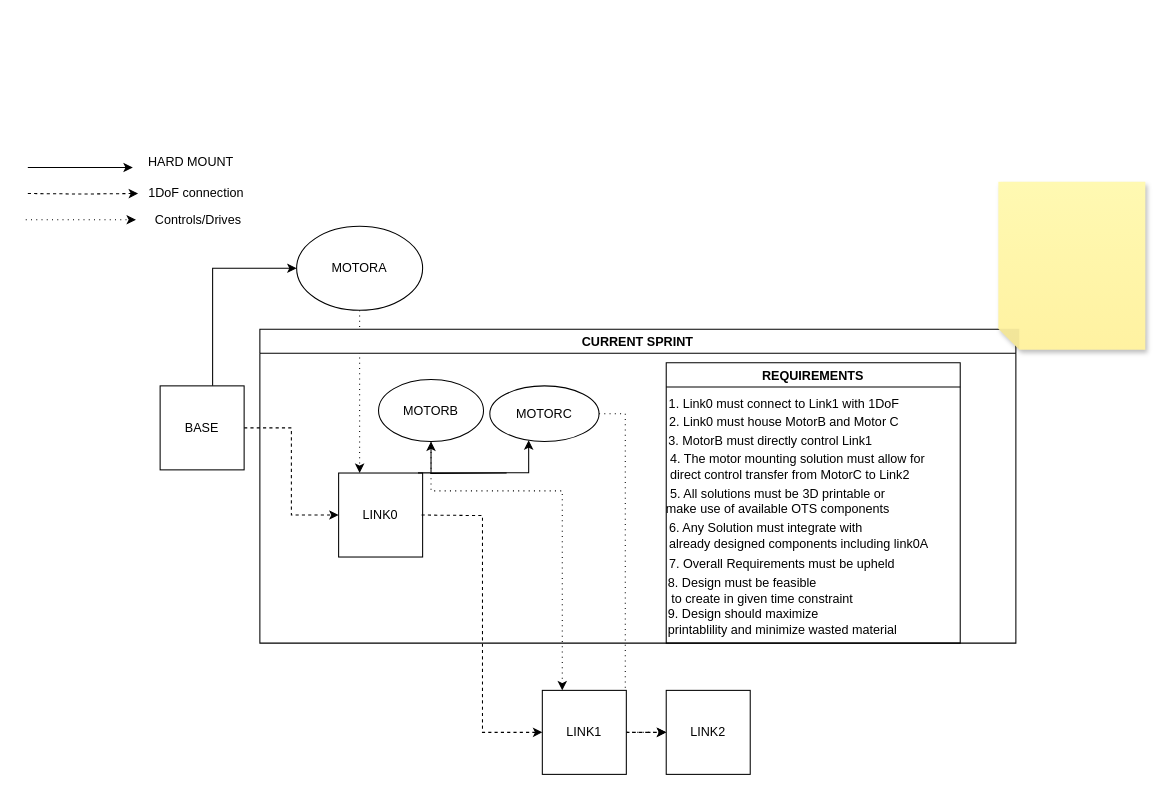
Earlier version of the draw.io diagram project_files/DIAGRAMS/Mechanical_Control.drawio (ebertmx/SCRAPPY-MK1). Source tidied: cells renumbered, new cells numbered last; positions are measured from the earlier drawing's top-left corner, leaving out a move shared by most shapes. Both pictures are drawn from the tidied source at 105%, with x=0, y=0 at pixel (25, 146).
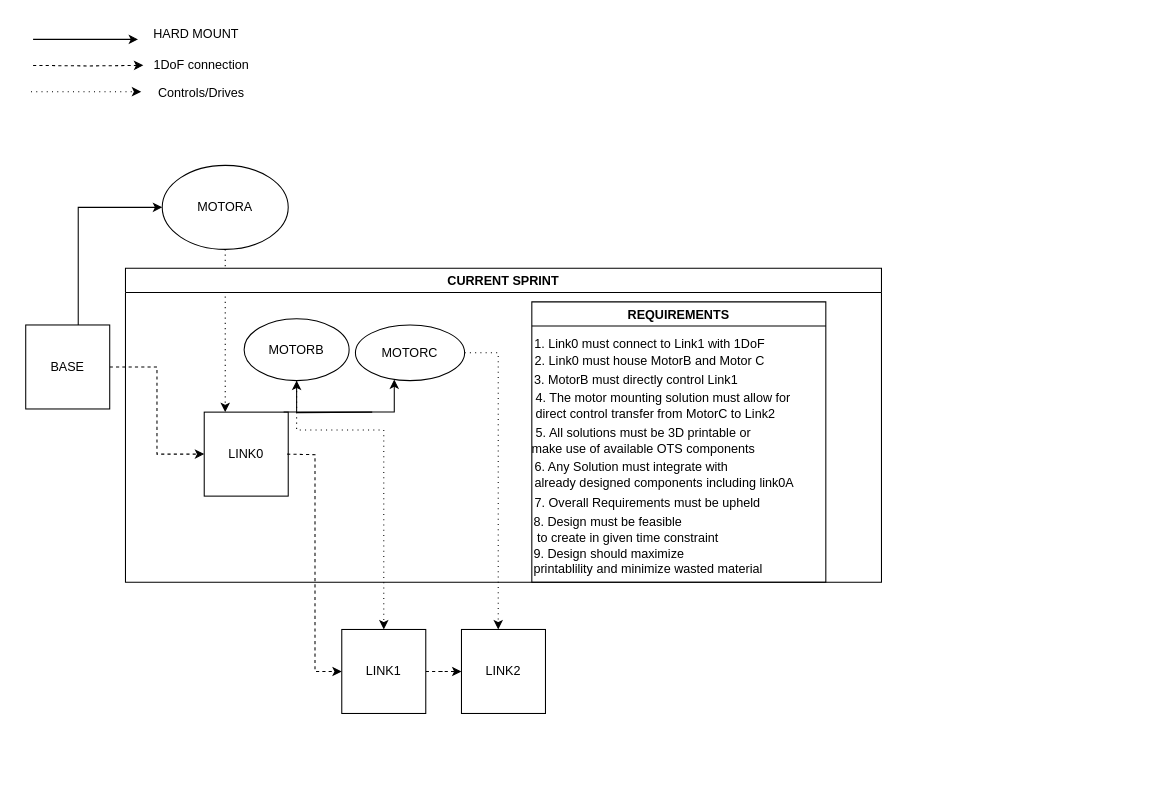
Above is the later version.

Unchanged cells that the change refers to:
```xml
<mxCell id="24" value="MOTORC" style="ellipse;whiteSpace=wrap;html=1;" parent="23" vertex="1">
  <mxGeometry x="219" y="54" width="104" height="53" as="geometry" />
</mxCell>
```

Diff of the diagram source:
```diff
@@
     <mxCell id="3" style="edgeStyle=orthogonalEdgeStyle;rounded=0;jettySize=auto;html=1;entryX=0;entryY=0.5;entryDx=0;entryDy=0;" parent="1" edge="1" source="4" target="9">
       <mxGeometry relative="1" as="geometry">
         <Array as="points">
-          <mxPoint x="178" y="116" />
+          <mxPoint x="50" y="58" />
         </Array>
       </mxGeometry>
     </mxCell>
     <mxCell id="4" value="BASE" style="whiteSpace=wrap;html=1;" parent="1" vertex="1">
-      <mxGeometry x="128" y="228" width="80" height="80" as="geometry" />
+      <mxGeometry y="170" width="80" height="80" as="geometry" />
     </mxCell>
     <mxCell id="5" value="LINK0" style="whiteSpace=wrap;html=1;" parent="1" vertex="1">
-      <mxGeometry x="298" y="311" width="80" height="80" as="geometry" />
+      <mxGeometry x="170" y="253" width="80" height="80" as="geometry" />
     </mxCell>
     <mxCell id="6" style="edgeStyle=orthogonalEdgeStyle;rounded=0;jettySize=auto;html=1;entryX=0.5;entryY=1;entryDx=0;entryDy=0;" parent="1" edge="1" target="11">
       <mxGeometry relative="1" as="geometry">
-        <mxPoint x="458" y="311" as="sourcePoint" />
+        <mxPoint x="330" y="253" as="sourcePoint" />
       </mxGeometry>
     </mxCell>
     <mxCell id="7" style="edgeStyle=orthogonalEdgeStyle;rounded=0;jettySize=auto;html=1;exitX=0.945;exitY=-0.002;exitDx=0;exitDy=0;exitPerimeter=0;" parent="1" edge="1" source="5" target="24">
       <mxGeometry relative="1" as="geometry">
         <Array as="points">
-          <mxPoint x="479" y="311" />
+          <mxPoint x="351" y="253" />
         </Array>
       </mxGeometry>
     </mxCell>
@@
     <mxCell id="9" value="MOTORA" style="ellipse;whiteSpace=wrap;html=1;" parent="1" vertex="1">
-      <mxGeometry x="258" y="76" width="120" height="80" as="geometry" />
+      <mxGeometry x="130" y="18" width="120" height="80" as="geometry" />
     </mxCell>
     <mxCell id="10" style="edgeStyle=orthogonalEdgeStyle;rounded=0;jettySize=auto;html=1;dashed=1;dashPattern=1 4;" parent="1" edge="1" source="11" target="19">
       <mxGeometry relative="1" as="geometry">
         <Array as="points">
-          <mxPoint x="386" y="328" />
-          <mxPoint x="511" y="328" />
+          <mxPoint x="258" y="270" />
+          <mxPoint x="341" y="270" />
         </Array>
       </mxGeometry>
     </mxCell>
     <mxCell id="11" value="MOTORB" style="ellipse;whiteSpace=wrap;html=1;" parent="1" vertex="1">
-      <mxGeometry x="336" y="222" width="100" height="59" as="geometry" />
+      <mxGeometry x="208" y="164" width="100" height="59" as="geometry" />
     </mxCell>
     <mxCell id="12" style="edgeStyle=orthogonalEdgeStyle;rounded=0;orthogonalLoop=1;jettySize=auto;html=1;entryX=0;entryY=0.5;entryDx=0;entryDy=0;" parent="1" edge="1">
       <mxGeometry relative="1" as="geometry">
-        <mxPoint x="2" y="20" as="sourcePoint" />
-        <mxPoint x="102" y="20" as="targetPoint" />
+        <mxPoint x="7" y="-102" as="sourcePoint" />
+        <mxPoint x="107" y="-102" as="targetPoint" />
         <Array as="points">
-          <mxPoint x="2" y="20" />
+          <mxPoint x="7" y="-102" />
         </Array>
       </mxGeometry>
     </mxCell>
     <mxCell id="13" value="HARD MOUNT" style="text;html=1;align=center;verticalAlign=middle;strokeColor=none;fillColor=none;" parent="1" vertex="1">
-      <mxGeometry x="107" width="100" height="30" as="geometry" />
+      <mxGeometry x="112" y="-122" width="100" height="30" as="geometry" />
     </mxCell>
     <mxCell id="14" style="edgeStyle=orthogonalEdgeStyle;rounded=0;jettySize=auto;html=1;dashed=1;entryX=0;entryY=0.492;entryDx=0;entryDy=0;entryPerimeter=0;" parent="1" edge="1" target="15">
       <mxGeometry relative="1" as="geometry">
-        <mxPoint x="2" y="44.8" as="sourcePoint" />
+        <mxPoint x="7" y="-77.2" as="sourcePoint" />
       </mxGeometry>
     </mxCell>
     <mxCell id="15" value="1DoF connection" style="text;html=1;align=center;verticalAlign=middle;points=[];strokeColor=none;fillColor=none;" parent="1" vertex="1">
-      <mxGeometry x="107" y="30" width="110" height="30" as="geometry" />
+      <mxGeometry x="112" y="-92" width="110" height="30" as="geometry" />
     </mxCell>
     <mxCell id="16" value="Controls/Drives" style="text;html=1;align=center;verticalAlign=middle;strokeColor=none;fillColor=none;" parent="1" vertex="1">
-      <mxGeometry x="109" y="55" width="110" height="30" as="geometry" />
+      <mxGeometry x="112" y="-66" width="110" height="30" as="geometry" />
     </mxCell>
     <mxCell id="17" style="edgeStyle=orthogonalEdgeStyle;rounded=0;jettySize=auto;html=1;dashed=1;dashPattern=1 4;" parent="1" edge="1" source="24" target="22">
       <mxGeometry relative="1" as="geometry">
         <Array as="points">
-          <mxPoint x="571" y="255" />
-          <mxPoint x="571" y="558" />
+          <mxPoint x="450" y="196" />
         </Array>
       </mxGeometry>
     </mxCell>
@@
     <mxCell id="19" value="LINK1" style="whiteSpace=wrap;html=1;" parent="1" vertex="1">
-      <mxGeometry x="492" y="518" width="80" height="80" as="geometry" />
+      <mxGeometry x="301" y="460" width="80" height="80" as="geometry" />
     </mxCell>
     <mxCell id="20" style="edgeStyle=orthogonalEdgeStyle;rounded=0;jettySize=auto;html=1;dashed=1;entryX=0;entryY=0.5;entryDx=0;entryDy=0;" parent="1" edge="1" target="19">
       <mxGeometry relative="1" as="geometry">
-        <mxPoint x="377" y="351" as="sourcePoint" />
+        <mxPoint x="249" y="293" as="sourcePoint" />
       </mxGeometry>
     </mxCell>
     <mxCell id="21" style="edgeStyle=orthogonalEdgeStyle;rounded=0;orthogonalLoop=1;jettySize=auto;html=1;dashed=1;entryX=0;entryY=0.492;entryDx=0;entryDy=0;entryPerimeter=0;dashPattern=1 4;" parent="1" edge="1">
       <mxGeometry relative="1" as="geometry">
-        <mxPoint y="69.8" as="sourcePoint" />
-        <mxPoint x="105" y="69.8" as="targetPoint" />
+        <mxPoint x="5" y="-52.2" as="sourcePoint" />
+        <mxPoint x="110" y="-52.2" as="targetPoint" />
       </mxGeometry>
     </mxCell>
     <mxCell id="22" value="LINK2" style="whiteSpace=wrap;html=1;" parent="1" vertex="1">
-      <mxGeometry x="610" y="518" width="80" height="80" as="geometry" />
+      <mxGeometry x="415" y="460" width="80" height="80" as="geometry" />
     </mxCell>
     <mxCell id="23" value="CURRENT SPRINT" style="swimlane;" parent="1" vertex="1">
-      <mxGeometry x="223" y="174" width="720" height="299" as="geometry" />
+      <mxGeometry x="95" y="116" width="720" height="299" as="geometry" />
     </mxCell>
@@
-    <mxCell id="35" style="shape=note;whiteSpace=wrap;html=1;backgroundOutline=1;fontColor=#000000;darkOpacity=0.05;fillColor=#FFF9B2;strokeColor=none;fillStyle=solid;direction=west;gradientDirection=north;gradientColor=#FFF2A1;shadow=1;size=20;" parent="1" vertex="1">
-      <mxGeometry x="926.3" y="33.7" width="140" height="160" as="geometry" />
-    </mxCell>
```
